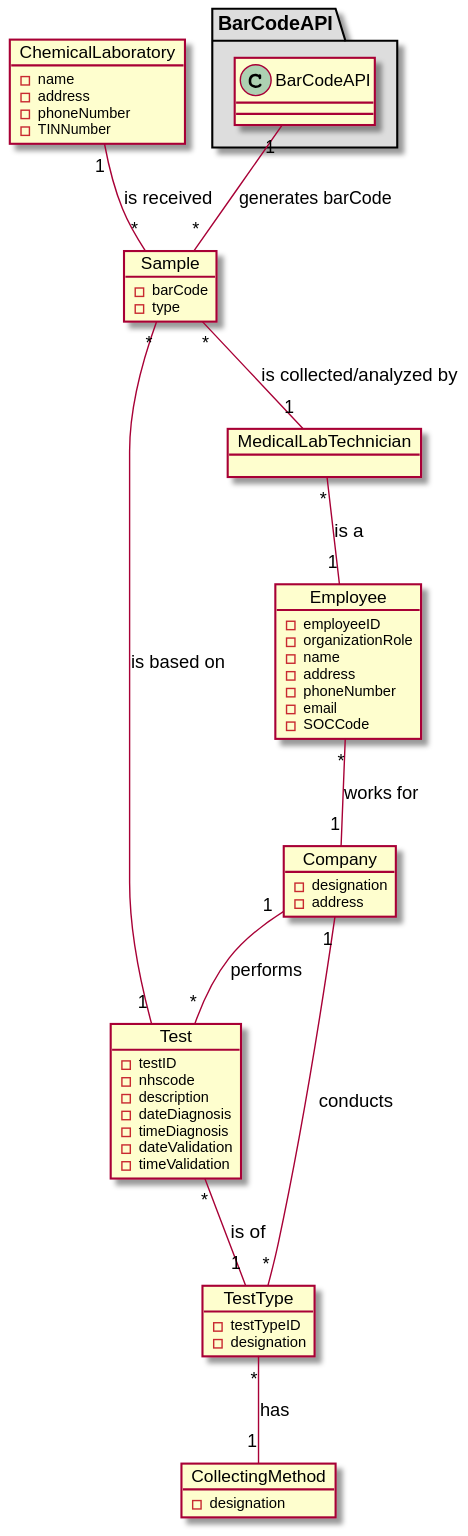
Above: docs/SprintC/US5/US5-MD.svg in jsmarques98/LAPR2-ISEP (PlantUML), before the change.
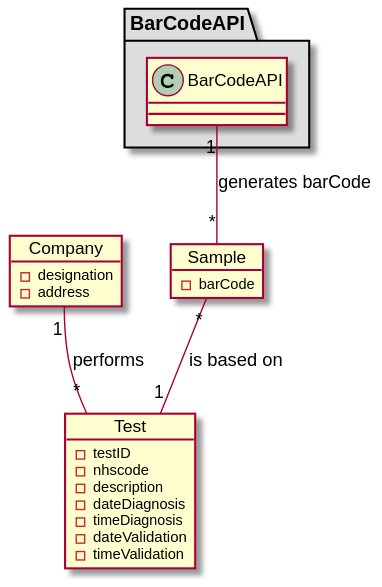
Above is the later version.

The edit, as a diff of the source:
```diff
@@ -7,14 +7,6 @@
 
 object Sample{
 -barCode
--type
-}
-
-object ChemicalLaboratory{
--name
--address
--phoneNumber
--TINNumber
 }
 
 object Test{
@@ -27,50 +19,17 @@
 -timeValidation
 }
 
-
-object Employee{
--employeeID
--organizationRole
--name
--address
--phoneNumber
--email
--SOCCode
-
-}
-
-object MedicalLabTechnician{
-}
-
-object TestType{
--testTypeID
--designation
-}
-
 object BarCodeAPI{
 }
 
-object CollectingMethod{
--designation
-}
-
-Company "1" -- "*" TestType : conducts
-TestType "*" -- "1" CollectingMethod : has
 
 Company "1" -- "*" Test : performs
 
-Test "*" -- "1" TestType : is of
-
-Sample "*" -- "1" MedicalLabTechnician : is collected/analyzed by
 Sample "*" -- "1" Test : is based on
-
-ChemicalLaboratory "1" -- "*" Sample : is received
 
 package "BarCodeAPI" #DDDDDD{
 	BarCodeAPI "1" -- "*" Sample : generates barCode
 }
 
-MedicalLabTechnician "*" -- "1" Employee : is a
-Employee "*" -- "1" Company : works for
 
 @enduml
```
